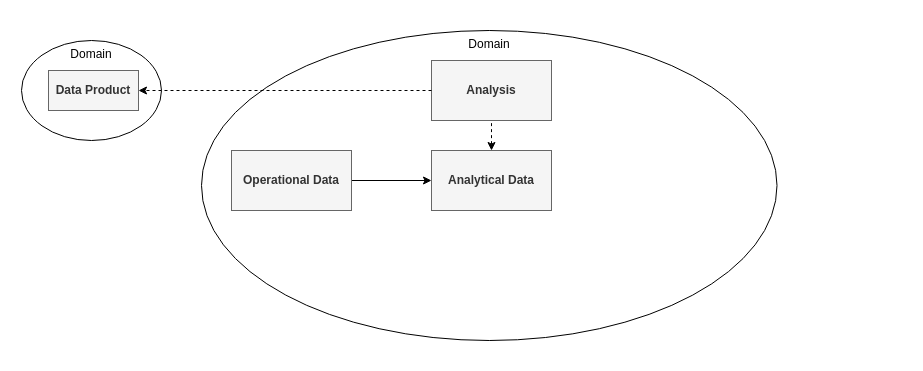
The draw.io diagram diagrams/domainteamjourney_level3.drawio in datamesh-architecture/datamesh-architecture.com, before the edit. Source tidied: cells renumbered, new cells numbered last; positions are measured from the earlier drawing's top-left corner, leaving out a move shared by most shapes. Both pictures are drawn from the tidied source at 100%, with x=0, y=0 at pixel (17, 17).
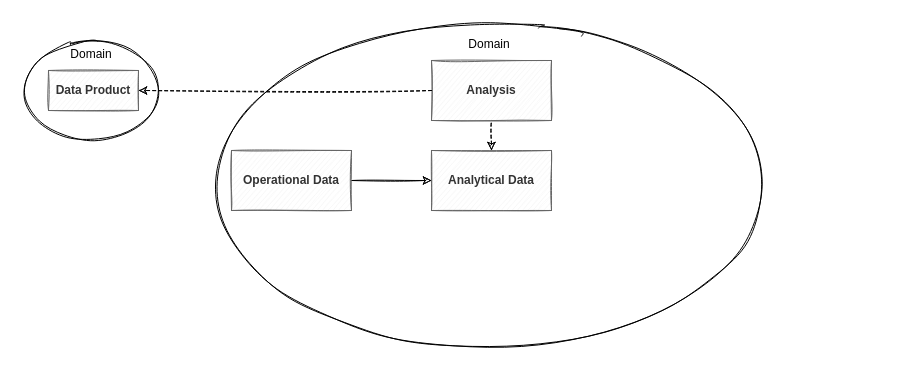
Above is the later version.

Diff of the diagram source:
```diff
@@
 <mxGraphModel>
   <root>
     <mxCell id="0" />
     <mxCell id="1" parent="0" />
-    <mxCell id="2" style="rounded=0;whiteSpace=wrap;html=1;fillColor=none;strokeColor=none;" parent="1" vertex="1">
+    <mxCell id="2" style="rounded=0;whiteSpace=wrap;html=1;fillColor=none;strokeColor=none;sketch=1;" parent="1" vertex="1">
       <mxGeometry width="889" height="337" as="geometry" />
     </mxCell>
-    <mxCell id="3" value="Domain" style="ellipse;whiteSpace=wrap;html=1;verticalAlign=top;" parent="1" vertex="1">
+    <mxCell id="3" value="Domain" style="ellipse;whiteSpace=wrap;html=1;verticalAlign=top;sketch=1;" parent="1" vertex="1">
       <mxGeometry x="184" y="13" width="575.5" height="310" as="geometry" />
     </mxCell>
-    <mxCell id="4" style="edgeStyle=orthogonalEdgeStyle;rounded=0;jettySize=auto;html=1;startArrow=classic;startFill=1;endArrow=none;endFill=0;exitX=0;exitY=0.5;exitDx=0;exitDy=0;" parent="1" edge="1" source="8" target="5">
+    <mxCell id="4" style="edgeStyle=orthogonalEdgeStyle;rounded=0;jettySize=auto;html=1;startArrow=classic;startFill=1;endArrow=none;endFill=0;exitX=0;exitY=0.5;exitDx=0;exitDy=0;sketch=1;" parent="1" edge="1" source="8" target="5">
       <mxGeometry relative="1" as="geometry" />
     </mxCell>
-    <mxCell id="5" value="Operational Data" style="rounded=0;whiteSpace=wrap;html=1;fillColor=#f5f5f5;fontColor=#333333;strokeColor=#666666;fontStyle=1;" parent="1" vertex="1">
+    <mxCell id="5" value="Operational Data" style="rounded=0;whiteSpace=wrap;html=1;fillColor=#f5f5f5;fontColor=#333333;strokeColor=#666666;fontStyle=1;sketch=1;" parent="1" vertex="1">
       <mxGeometry x="214" y="133" width="120" height="60" as="geometry" />
     </mxCell>
-    <mxCell id="6" value="Analysis" style="rounded=0;whiteSpace=wrap;html=1;fillColor=#f5f5f5;fontColor=#333333;strokeColor=#666666;fontStyle=1;" parent="1" vertex="1">
+    <mxCell id="6" value="Analysis" style="rounded=0;whiteSpace=wrap;html=1;fillColor=#f5f5f5;fontColor=#333333;strokeColor=#666666;fontStyle=1;sketch=1;" parent="1" vertex="1">
       <mxGeometry x="414" y="43" width="120" height="60" as="geometry" />
     </mxCell>
-    <mxCell id="7" style="rounded=0;jettySize=auto;html=1;exitX=0.5;exitY=0;exitDx=0;exitDy=0;startArrow=classic;startFill=1;endArrow=none;endFill=0;dashed=1;" parent="1" edge="1" source="8" target="6">
+    <mxCell id="7" style="rounded=0;jettySize=auto;html=1;exitX=0.5;exitY=0;exitDx=0;exitDy=0;startArrow=classic;startFill=1;endArrow=none;endFill=0;dashed=1;sketch=1;" parent="1" edge="1" source="8" target="6">
       <mxGeometry relative="1" as="geometry" />
     </mxCell>
-    <mxCell id="8" value="Analytical Data" style="rounded=0;whiteSpace=wrap;html=1;fillColor=#f5f5f5;fontColor=#333333;strokeColor=#666666;fontStyle=1;" parent="1" vertex="1">
+    <mxCell id="8" value="Analytical Data" style="rounded=0;whiteSpace=wrap;html=1;fillColor=#f5f5f5;fontColor=#333333;strokeColor=#666666;fontStyle=1;sketch=1;" parent="1" vertex="1">
       <mxGeometry x="414" y="133" width="120" height="60" as="geometry" />
     </mxCell>
-    <mxCell id="9" value="Domain" style="ellipse;whiteSpace=wrap;html=1;verticalAlign=top;" parent="1" vertex="1">
+    <mxCell id="9" value="Domain" style="ellipse;whiteSpace=wrap;html=1;verticalAlign=top;sketch=1;" parent="1" vertex="1">
       <mxGeometry x="4" y="23" width="140" height="100" as="geometry" />
     </mxCell>
-    <mxCell id="10" value="Data Product" style="rounded=0;whiteSpace=wrap;html=1;fillColor=#f5f5f5;fontColor=#333333;strokeColor=#666666;fontStyle=1;" parent="1" vertex="1">
+    <mxCell id="10" value="Data Product" style="rounded=0;whiteSpace=wrap;html=1;fillColor=#f5f5f5;fontColor=#333333;strokeColor=#666666;fontStyle=1;sketch=1;" parent="1" vertex="1">
       <mxGeometry x="31" y="53" width="90" height="40" as="geometry" />
     </mxCell>
-    <mxCell id="11" style="rounded=0;jettySize=auto;html=1;startArrow=none;startFill=0;endArrow=classic;endFill=1;exitX=0;exitY=0.5;exitDx=0;exitDy=0;entryX=1;entryY=0.5;entryDx=0;entryDy=0;dashed=1;" parent="1" edge="1" source="6" target="10">
+    <mxCell id="11" style="rounded=0;jettySize=auto;html=1;startArrow=none;startFill=0;endArrow=classic;endFill=1;exitX=0;exitY=0.5;exitDx=0;exitDy=0;entryX=1;entryY=0.5;entryDx=0;entryDy=0;dashed=1;sketch=1;" parent="1" edge="1" source="6" target="10">
       <mxGeometry relative="1" as="geometry" />
     </mxCell>
   </root>
 </mxGraphModel>
```
